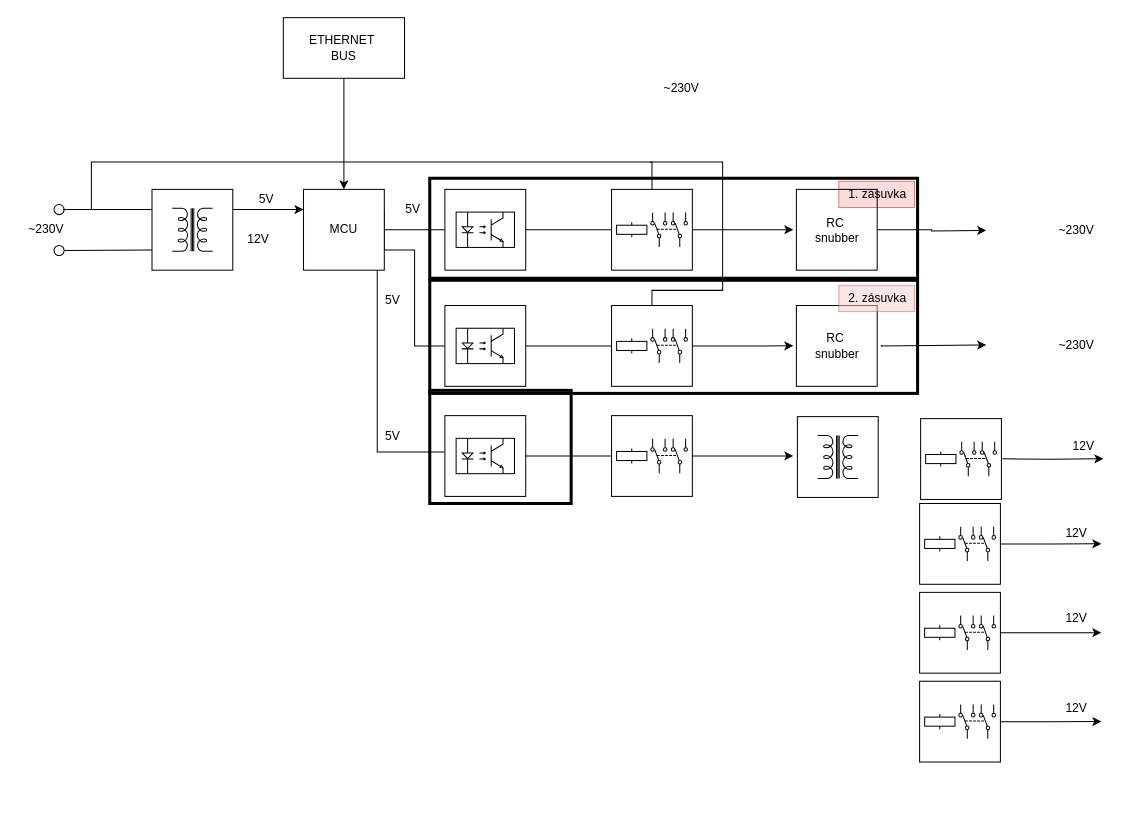
The draw.io diagram blokove_schema.drawio in AdminTextilka/Bakalarka, before the edit. Source tidied: cells renumbered, new cells numbered last; positions are measured from the earlier drawing's top-left corner, leaving out a move shared by most shapes. Both pictures are drawn from the tidied source at 101%, with x=0, y=0 at pixel (17, 17).
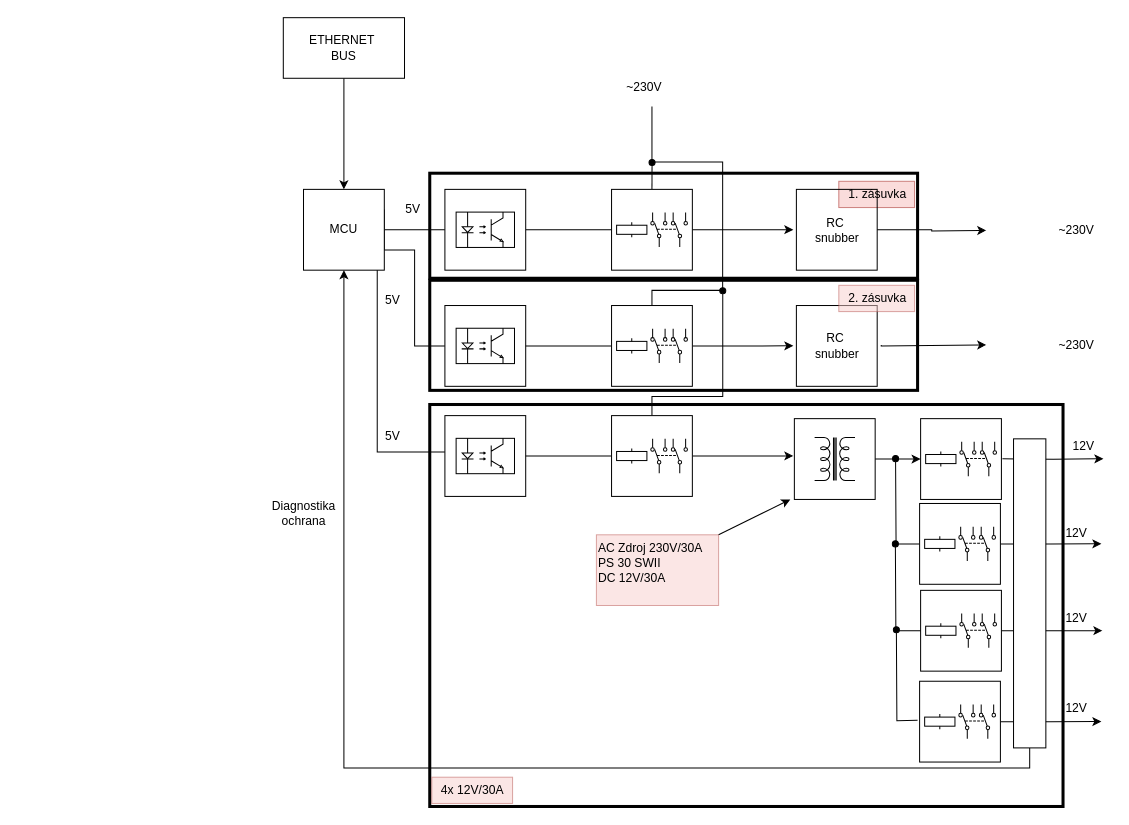
The same page after the edit.

Unchanged cells that the change refers to:
```xml
<mxCell id="5" style="group;" parent="1" vertex="1">
  <mxGeometry x="588" y="170" width="80" height="80" as="geometry" />
</mxCell>
<mxCell id="7" style="whiteSpace=wrap;html=1;" parent="5" vertex="1">
  <mxGeometry width="80" height="80" as="geometry" />
</mxCell>
<mxCell id="18" value="MCU" style="whiteSpace=wrap;html=1;" parent="1" vertex="1">
  <mxGeometry x="283" y="170" width="80" height="80" as="geometry" />
</mxCell>
<mxCell id="60" style="group;" parent="1" vertex="1">
  <mxGeometry x="588" y="394" width="80" height="80" as="geometry" />
</mxCell>
<mxCell id="62" style="whiteSpace=wrap;html=1;" parent="60" vertex="1">
  <mxGeometry width="80" height="80" as="geometry" />
</mxCell>
<mxCell id="67" style="whiteSpace=wrap;html=1;" parent="66" vertex="1">
  <mxGeometry width="80" height="80" as="geometry" />
</mxCell>
<mxCell id="70" style="whiteSpace=wrap;html=1;" parent="69" vertex="1">
  <mxGeometry width="80" height="80" as="geometry" />
</mxCell>
<mxCell id="73" style="group;" parent="1" vertex="1">
  <mxGeometry x="893" y="481" width="80" height="80" as="geometry" />
</mxCell>
<mxCell id="75" style="whiteSpace=wrap;html=1;" parent="73" vertex="1">
  <mxGeometry width="80" height="80" as="geometry" />
</mxCell>
<mxCell id="80" style="whiteSpace=wrap;html=1;" parent="78" vertex="1">
  <mxGeometry width="80" height="80" as="geometry" />
</mxCell>
```

Change to the diagram source:
```diff
@@
-    <mxCell id="2" style="group;" parent="1" vertex="1">
-      <mxGeometry x="133" y="170" width="80" height="80" as="geometry" />
-    </mxCell>
-    <mxCell id="3" style="whiteSpace=wrap;html=1;" parent="2" vertex="1">
-      <mxGeometry width="80" height="80" as="geometry" />
-    </mxCell>
-    <mxCell id="4" style="verticalLabelPosition=bottom;shadow=0;dashed=0;align=center;html=1;verticalAlign=top;shape=mxgraph.electrical.inductors.transformer_2;rotation=-90;" parent="2" vertex="1">
-      <mxGeometry x="18.7" y="20" width="42.7" height="40" as="geometry" />
-    </mxCell>
@@
+    <mxCell id="92" style="edgeStyle=orthogonalEdgeStyle;rounded=0;jettySize=auto;html=1;exitX=0.5;exitY=0;exitDx=0;exitDy=0;endArrow=oval;endFill=1;" parent="5" edge="1" source="7">
+      <mxGeometry relative="1" as="geometry">
+        <mxPoint x="40.1" y="-26.6" as="targetPoint" />
+      </mxGeometry>
+    </mxCell>
@@
-    <mxCell id="10" style="ellipse;whiteSpace=wrap;html=1;" parent="1" vertex="1">
-      <mxGeometry x="36" y="185" width="10" height="10" as="geometry" />
-    </mxCell>
-    <mxCell id="11" style="endArrow=none;html=1;rounded=0;entryX=0;entryY=0.25;entryDx=0;entryDy=0;" parent="1" edge="1" target="3">
-      <mxGeometry relative="1" as="geometry">
-        <mxPoint x="45" y="190" as="sourcePoint" />
-      </mxGeometry>
-    </mxCell>
-    <mxCell id="12" style="ellipse;whiteSpace=wrap;html=1;" parent="1" vertex="1">
-      <mxGeometry x="36" y="225.5" width="10" height="10" as="geometry" />
-    </mxCell>
-    <mxCell id="13" style="endArrow=none;html=1;rounded=0;entryX=0;entryY=0.25;entryDx=0;entryDy=0;exitX=1;exitY=0.5;exitDx=0;exitDy=0;" parent="1" edge="1" source="12">
-      <mxGeometry relative="1" as="geometry">
-        <mxPoint x="133" y="230" as="targetPoint" />
-      </mxGeometry>
-    </mxCell>
-    <mxCell id="14" value="~230V" style="text;html=1;align=center;verticalAlign=middle;strokeColor=none;fillColor=none;" parent="1" vertex="1">
-      <mxGeometry y="195" width="55" height="30" as="geometry" />
-    </mxCell>
@@
-    <mxCell id="26" style="endArrow=none;html=1;rounded=0;entryX=0.5;entryY=0;entryDx=0;entryDy=0;edgeStyle=orthogonalEdgeStyle;" parent="1" edge="1" target="7">
-      <mxGeometry relative="1" as="geometry">
-        <mxPoint x="73" y="190" as="sourcePoint" />
-        <Array as="points">
-          <mxPoint x="73" y="143" />
-          <mxPoint x="628" y="143" />
-        </Array>
-      </mxGeometry>
-    </mxCell>
-    <mxCell id="27" style="edgeStyle=orthogonalEdgeStyle;rounded=0;jettySize=auto;html=1;exitX=1;exitY=0.25;exitDx=0;exitDy=0;entryX=0;entryY=0.25;entryDx=0;entryDy=0;" parent="1" edge="1" source="3" target="18">
-      <mxGeometry relative="1" as="geometry" />
-    </mxCell>
@@
     <mxCell id="29" style="endArrow=none;html=1;rounded=0;edgeStyle=orthogonalEdgeStyle;" parent="1" edge="1">
       <mxGeometry relative="1" as="geometry">
         <mxPoint x="628" y="285" as="sourcePoint" />
-        <mxPoint x="626" y="143" as="targetPoint" />
+        <mxPoint x="628" y="88" as="targetPoint" />
         <Array as="points">
           <mxPoint x="628" y="270" />
           <mxPoint x="698" y="270" />
           <mxPoint x="698" y="143" />
+          <mxPoint x="628" y="143" />
+          <mxPoint x="628" y="88" />
         </Array>
       </mxGeometry>
     </mxCell>
@@
     <mxCell id="35" value="~230V" style="text;html=1;align=center;verticalAlign=middle;strokeColor=none;fillColor=none;" parent="1" vertex="1">
-      <mxGeometry x="629" y="55" width="55" height="30" as="geometry" />
+      <mxGeometry x="592" y="54" width="55" height="30" as="geometry" />
     </mxCell>
@@
-    <mxCell id="38" value="5V" style="text;html=1;align=center;verticalAlign=middle;strokeColor=none;fillColor=none;" parent="1" vertex="1">
-      <mxGeometry x="228" y="165" width="35" height="30" as="geometry" />
-    </mxCell>
-    <mxCell id="39" value="12V" style="text;html=1;align=center;verticalAlign=middle;strokeColor=none;fillColor=none;" parent="1" vertex="1">
-      <mxGeometry x="218" y="205" width="40" height="30" as="geometry" />
-    </mxCell>
@@
     <mxCell id="46" style="rounded=0;whiteSpace=wrap;html=1;fillColor=none;strokeWidth=3;" parent="1" vertex="1">
-      <mxGeometry x="408" y="159" width="483" height="99" as="geometry" />
+      <mxGeometry x="408" y="154" width="483" height="104" as="geometry" />
     </mxCell>
@@
     <mxCell id="51" style="rounded=0;whiteSpace=wrap;html=1;fillColor=none;strokeWidth=3;" parent="1" vertex="1">
-      <mxGeometry x="408" y="260" width="483" height="112" as="geometry" />
+      <mxGeometry x="408" y="260" width="483" height="109" as="geometry" />
     </mxCell>
@@
+    <mxCell id="93" style="edgeStyle=orthogonalEdgeStyle;rounded=0;jettySize=auto;html=1;exitX=0.5;exitY=0;exitDx=0;exitDy=0;endArrow=oval;endFill=1;" parent="60" edge="1" source="62">
+      <mxGeometry relative="1" as="geometry">
+        <mxPoint x="110.1" y="-123.6" as="targetPoint" />
+        <Array as="points">
+          <mxPoint x="40" y="-19" />
+          <mxPoint x="110" y="-19" />
+        </Array>
+      </mxGeometry>
+    </mxCell>
@@
     <mxCell id="65" style="rounded=0;whiteSpace=wrap;html=1;fillColor=none;strokeWidth=3;" parent="1" vertex="1">
-      <mxGeometry x="408" y="369" width="140" height="112" as="geometry" />
+      <mxGeometry x="408" y="383" width="627" height="398" as="geometry" />
     </mxCell>
     <mxCell id="66" style="group;" parent="1" vertex="1">
-      <mxGeometry x="772" y="395" width="80" height="80" as="geometry" />
+      <mxGeometry x="769" y="397" width="80" height="80" as="geometry" />
     </mxCell>
@@
+    <mxCell id="94" style="edgeStyle=orthogonalEdgeStyle;rounded=0;jettySize=auto;html=1;exitX=0;exitY=0.5;exitDx=0;exitDy=0;endArrow=oval;endFill=1;" parent="73" edge="1" source="75">
+      <mxGeometry relative="1" as="geometry">
+        <mxPoint x="-23.8" y="-44.4" as="targetPoint" />
+      </mxGeometry>
+    </mxCell>
@@
     <mxCell id="78" style="group;" parent="1" vertex="1">
-      <mxGeometry x="893" y="569" width="80" height="80" as="geometry" />
+      <mxGeometry x="894" y="567" width="80" height="80" as="geometry" />
     </mxCell>
@@
+    <mxCell id="95" style="edgeStyle=orthogonalEdgeStyle;rounded=0;jettySize=auto;html=1;exitX=0;exitY=0.5;exitDx=0;exitDy=0;endArrow=oval;endFill=1;" parent="78" edge="1" source="80">
+      <mxGeometry relative="1" as="geometry">
+        <mxPoint x="-25" y="-46" as="targetPoint" />
+      </mxGeometry>
+    </mxCell>
@@
+    <mxCell id="96" style="edgeStyle=orthogonalEdgeStyle;rounded=0;jettySize=auto;html=1;exitX=1;exitY=0.5;exitDx=0;exitDy=0;entryX=0;entryY=0.5;entryDx=0;entryDy=0;" parent="1" edge="1" source="67" target="70">
+      <mxGeometry relative="1" as="geometry" />
+    </mxCell>
+    <mxCell id="97" style="edgeStyle=orthogonalEdgeStyle;rounded=0;orthogonalLoop=1;jettySize=auto;html=1;exitX=0;exitY=0.5;exitDx=0;exitDy=0;endArrow=oval;endFill=1;" parent="1" edge="1">
+      <mxGeometry relative="1" as="geometry">
+        <mxPoint x="891" y="695.5" as="sourcePoint" />
+        <mxPoint x="870" y="606" as="targetPoint" />
+      </mxGeometry>
+    </mxCell>
+    <mxCell id="98" style="edgeStyle=orthogonalEdgeStyle;rounded=0;jettySize=auto;html=1;exitX=0.5;exitY=1;exitDx=0;exitDy=0;entryX=0.5;entryY=1;entryDx=0;entryDy=0;" parent="1" edge="1" source="99" target="18">
+      <mxGeometry relative="1" as="geometry" />
+    </mxCell>
+    <mxCell id="99" style="rounded=0;whiteSpace=wrap;html=1;" parent="1" vertex="1">
+      <mxGeometry x="986" y="417" width="32" height="306" as="geometry" />
+    </mxCell>
+    <mxCell id="100" value="Diagnostika&lt;br&gt;ochrana" style="text;html=1;align=center;verticalAlign=middle;strokeColor=none;fillColor=none;" parent="1" vertex="1">
+      <mxGeometry x="242" y="470" width="81" height="41" as="geometry" />
+    </mxCell>
+    <mxCell id="101" value="4x 12V/30A" style="text;html=1;align=center;verticalAlign=middle;strokeColor=#b85450;fillColor=#f8cecc;opacity=50;" parent="1" vertex="1">
+      <mxGeometry x="410" y="752" width="80" height="26" as="geometry" />
+    </mxCell>
+    <mxCell id="102" value="AC Zdroj 230V/30A&lt;br&gt;PS 30 SWII&lt;br&gt;DC 12V&lt;span style=&quot;background-color: initial;&quot;&gt;/30A&lt;/span&gt;&lt;div&gt;&lt;div&gt;&lt;br&gt;&lt;/div&gt;&lt;/div&gt;" style="text;html=1;align=left;verticalAlign=middle;strokeColor=#b85450;fillColor=#f8cecc;opacity=50;" parent="1" vertex="1">
+      <mxGeometry x="573" y="512" width="121" height="70" as="geometry" />
+    </mxCell>
+    <mxCell id="103" style="endArrow=classic;html=1;rounded=0;" parent="1" edge="1">
+      <mxGeometry relative="1" as="geometry">
+        <mxPoint x="694" y="512" as="sourcePoint" />
+        <mxPoint x="765" y="477" as="targetPoint" />
+      </mxGeometry>
+    </mxCell>
```
